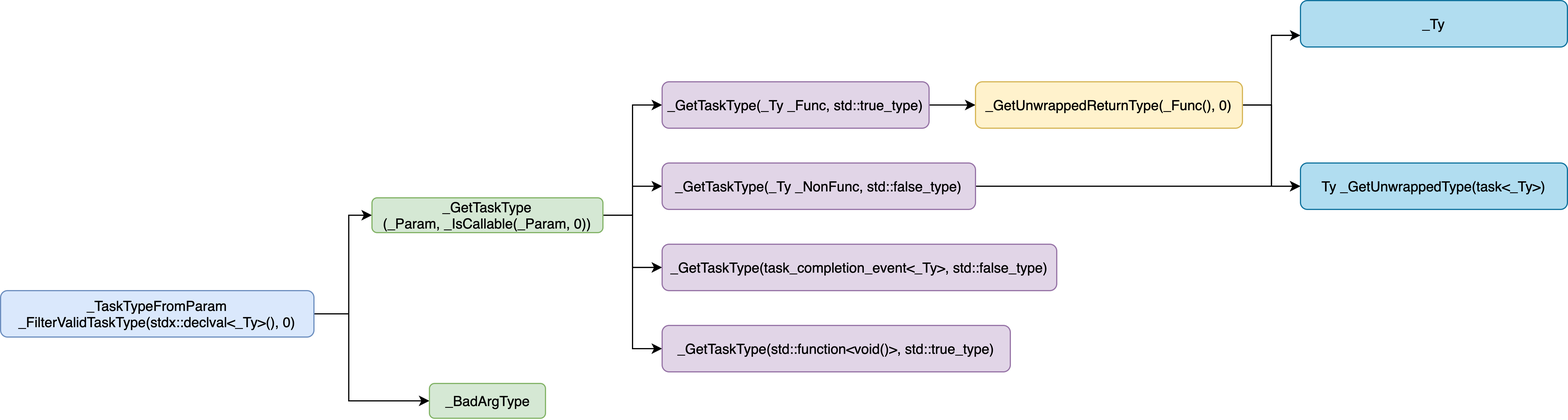
The draw.io diagram .Image/task-type-from-param.png in jemmy512/software-engineer, before a commit. Source tidied: cells renumbered, new cells last; positions are measured from the earlier drawing's top-left corner, leaving out a move shared by most shapes.
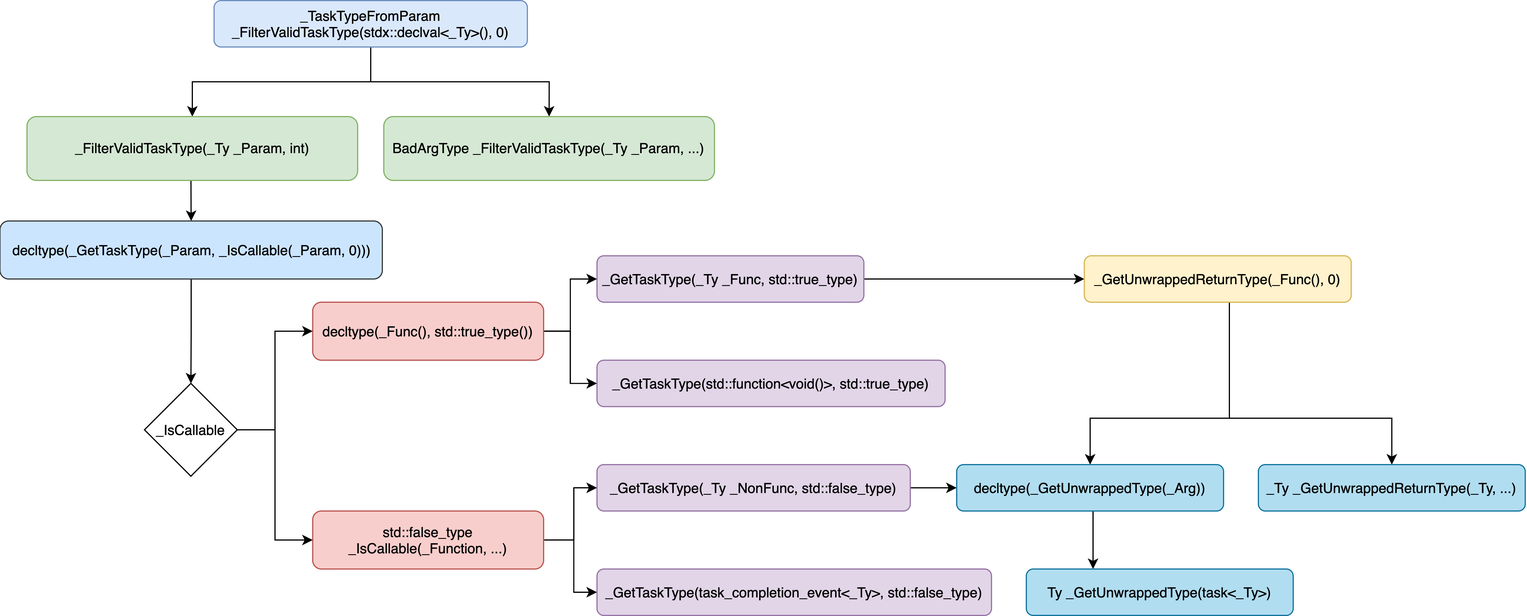
Later version of the same file.

What changed in the source:
```diff
@@ -2,75 +2,125 @@
   <root>
     <mxCell id="0" />
     <mxCell id="1" parent="0" />
-    <mxCell id="2" style="edgeStyle=orthogonalEdgeStyle;rounded=0;jettySize=auto;html=1;entryX=0;entryY=0.5;entryDx=0;entryDy=0;" parent="1" edge="1" source="4" target="9">
-      <mxGeometry relative="1" as="geometry">
-        <Array as="points">
-          <mxPoint x="300" y="270" />
-          <mxPoint x="300" y="185" />
-        </Array>
-      </mxGeometry>
-    </mxCell>
-    <mxCell id="3" style="edgeStyle=orthogonalEdgeStyle;rounded=0;jettySize=auto;html=1;entryX=0;entryY=0.5;entryDx=0;entryDy=0;" parent="1" edge="1" source="4" target="10">
-      <mxGeometry relative="1" as="geometry">
-        <Array as="points">
-          <mxPoint x="300" y="270" />
-          <mxPoint x="300" y="345" />
-        </Array>
-      </mxGeometry>
-    </mxCell>
+    <mxCell id="22" style="edgeStyle=orthogonalEdgeStyle;rounded=0;jettySize=auto;html=1;entryX=0.5;entryY=0;entryDx=0;entryDy=0;" parent="1" edge="1" source="4" target="38">
+      <mxGeometry relative="1" as="geometry" />
+    </mxCell>
+    <mxCell id="23" style="edgeStyle=orthogonalEdgeStyle;rounded=0;jettySize=auto;html=1;entryX=0.5;entryY=0;entryDx=0;entryDy=0;" parent="1" edge="1" source="4" target="26">
+      <mxGeometry relative="1" as="geometry" />
+    </mxCell>
     <mxCell id="4" value="_TaskTypeFromParam&lt;br&gt;_FilterValidTaskType(stdx::declval&amp;lt;_Ty&amp;gt;(), 0)" style="rounded=1;whiteSpace=wrap;html=1;fillColor=#dae8fc;strokeColor=#6c8ebf;" parent="1" vertex="1">
-      <mxGeometry y="250" width="270" height="40" as="geometry" />
+      <mxGeometry x="240" y="-250" width="270" height="40" as="geometry" />
     </mxCell>
-    <mxCell id="5" style="edgeStyle=orthogonalEdgeStyle;rounded=0;jettySize=auto;html=1;entryX=0;entryY=0.5;entryDx=0;entryDy=0;" parent="1" edge="1" source="9" target="12">
-      <mxGeometry relative="1" as="geometry" />
-    </mxCell>
-    <mxCell id="6" style="edgeStyle=orthogonalEdgeStyle;rounded=0;jettySize=auto;html=1;entryX=0;entryY=0.5;entryDx=0;entryDy=0;" parent="1" edge="1" source="9" target="14">
-      <mxGeometry relative="1" as="geometry" />
-    </mxCell>
-    <mxCell id="7" style="edgeStyle=orthogonalEdgeStyle;rounded=0;jettySize=auto;html=1;entryX=0;entryY=0.5;entryDx=0;entryDy=0;" parent="1" edge="1" source="9" target="15">
-      <mxGeometry relative="1" as="geometry" />
-    </mxCell>
-    <mxCell id="8" style="edgeStyle=orthogonalEdgeStyle;rounded=0;jettySize=auto;html=1;entryX=0;entryY=0.5;entryDx=0;entryDy=0;" parent="1" edge="1" source="9" target="16">
-      <mxGeometry relative="1" as="geometry" />
-    </mxCell>
-    <mxCell id="9" value="_GetTaskType&lt;br&gt;(_Param, _IsCallable(_Param, 0))" style="rounded=1;whiteSpace=wrap;html=1;fillColor=#d5e8d4;strokeColor=#82b366;" parent="1" vertex="1">
-      <mxGeometry x="320" y="170" width="199" height="30" as="geometry" />
-    </mxCell>
-    <mxCell id="10" value="_BadArgType" style="rounded=1;whiteSpace=wrap;html=1;fillColor=#d5e8d4;strokeColor=#82b366;" parent="1" vertex="1">
-      <mxGeometry x="369.5" y="330" width="100" height="30" as="geometry" />
-    </mxCell>
     <mxCell id="11" style="edgeStyle=orthogonalEdgeStyle;rounded=0;jettySize=auto;html=1;entryX=0;entryY=0.5;entryDx=0;entryDy=0;" parent="1" edge="1" source="12" target="19">
       <mxGeometry relative="1" as="geometry" />
     </mxCell>
     <mxCell id="12" value="_GetTaskType(_Ty _Func, std::true_type)" style="rounded=1;whiteSpace=wrap;html=1;fillColor=#e1d5e7;strokeColor=#9673a6;" parent="1" vertex="1">
-      <mxGeometry x="570" y="70" width="230" height="40" as="geometry" />
+      <mxGeometry x="570" y="-30" width="230" height="40" as="geometry" />
     </mxCell>
     <mxCell id="13" style="edgeStyle=orthogonalEdgeStyle;rounded=0;jettySize=auto;html=1;entryX=0;entryY=0.5;entryDx=0;entryDy=0;" parent="1" edge="1" source="14" target="21">
       <mxGeometry relative="1" as="geometry" />
     </mxCell>
     <mxCell id="14" value="_GetTaskType(_Ty _NonFunc, std::false_type)" style="rounded=1;whiteSpace=wrap;html=1;fillColor=#e1d5e7;strokeColor=#9673a6;" parent="1" vertex="1">
-      <mxGeometry x="570" y="140" width="270" height="40" as="geometry" />
+      <mxGeometry x="570" y="150" width="270" height="40" as="geometry" />
     </mxCell>
     <mxCell id="15" value="_GetTaskType(task_completion_event&amp;lt;_Ty&amp;gt;, std::false_type)" style="rounded=1;whiteSpace=wrap;html=1;fillColor=#e1d5e7;strokeColor=#9673a6;" parent="1" vertex="1">
-      <mxGeometry x="570" y="210" width="340" height="40" as="geometry" />
+      <mxGeometry x="570" y="240" width="340" height="40" as="geometry" />
     </mxCell>
     <mxCell id="16" value="_GetTaskType(std::function&amp;lt;void()&amp;gt;, std::true_type)" style="rounded=1;whiteSpace=wrap;html=1;fillColor=#e1d5e7;strokeColor=#9673a6;" parent="1" vertex="1">
-      <mxGeometry x="570" y="280" width="300" height="40" as="geometry" />
+      <mxGeometry x="570" y="60" width="300" height="40" as="geometry" />
     </mxCell>
-    <mxCell id="17" style="edgeStyle=orthogonalEdgeStyle;rounded=0;jettySize=auto;html=1;entryX=0;entryY=0.75;entryDx=0;entryDy=0;" parent="1" edge="1" source="19" target="20">
-      <mxGeometry relative="1" as="geometry" />
+    <mxCell id="17" style="edgeStyle=orthogonalEdgeStyle;rounded=0;jettySize=auto;html=1;entryX=0.5;entryY=0;entryDx=0;entryDy=0;exitX=0.5;exitY=1;exitDx=0;exitDy=0;" parent="1" edge="1" source="19" target="20">
+      <mxGeometry relative="1" as="geometry">
+        <Array as="points">
+          <mxPoint x="1115" y="110" />
+          <mxPoint x="1255" y="110" />
+        </Array>
+      </mxGeometry>
     </mxCell>
-    <mxCell id="18" style="edgeStyle=orthogonalEdgeStyle;rounded=0;jettySize=auto;html=1;entryX=0;entryY=0.5;entryDx=0;entryDy=0;" parent="1" edge="1" source="19" target="21">
-      <mxGeometry relative="1" as="geometry" />
+    <mxCell id="18" style="edgeStyle=orthogonalEdgeStyle;rounded=0;jettySize=auto;html=1;entryX=0.5;entryY=0;entryDx=0;entryDy=0;" parent="1" edge="1" source="19" target="21">
+      <mxGeometry relative="1" as="geometry">
+        <Array as="points">
+          <mxPoint x="1115" y="110" />
+          <mxPoint x="995" y="110" />
+        </Array>
+      </mxGeometry>
     </mxCell>
     <mxCell id="19" value="_GetUnwrappedReturnType(_Func(), 0)" style="rounded=1;whiteSpace=wrap;html=1;fillColor=#fff2cc;strokeColor=#d6b656;" parent="1" vertex="1">
-      <mxGeometry x="840" y="70" width="230" height="40" as="geometry" />
+      <mxGeometry x="990" y="-30" width="230" height="40" as="geometry" />
     </mxCell>
-    <mxCell id="20" value="_Ty" style="rounded=1;whiteSpace=wrap;html=1;fillColor=#b1ddf0;strokeColor=#10739e;" parent="1" vertex="1">
-      <mxGeometry x="1120" width="230" height="40" as="geometry" />
+    <mxCell id="20" value="_Ty _GetUnwrappedReturnType(_Ty, ...)" style="rounded=1;whiteSpace=wrap;html=1;fillColor=#b1ddf0;strokeColor=#10739e;" parent="1" vertex="1">
+      <mxGeometry x="1140" y="150" width="230" height="40" as="geometry" />
     </mxCell>
+    <mxCell id="24" style="edgeStyle=orthogonalEdgeStyle;rounded=0;jettySize=auto;html=1;entryX=0.25;entryY=0;entryDx=0;entryDy=0;" parent="1" edge="1" source="21" target="39">
+      <mxGeometry relative="1" as="geometry">
+        <Array as="points">
+          <mxPoint x="998" y="215" />
+        </Array>
+      </mxGeometry>
+    </mxCell>
-    <mxCell id="21" value="Ty _GetUnwrappedType(task&amp;lt;_Ty&amp;gt;)" style="rounded=1;whiteSpace=wrap;html=1;fillColor=#b1ddf0;strokeColor=#10739e;" parent="1" vertex="1">
-      <mxGeometry x="1120" y="140" width="230" height="40" as="geometry" />
+    <mxCell id="21" value="decltype(_GetUnwrappedType(_Arg))" style="rounded=1;whiteSpace=wrap;html=1;fillColor=#b1ddf0;strokeColor=#10739e;" parent="1" vertex="1">
+      <mxGeometry x="880" y="150" width="230" height="40" as="geometry" />
     </mxCell>
+    <mxCell id="25" style="edgeStyle=orthogonalEdgeStyle;rounded=0;jettySize=auto;html=1;entryX=0.5;entryY=0;entryDx=0;entryDy=0;" parent="1" edge="1" target="28">
+      <mxGeometry relative="1" as="geometry">
+        <mxPoint x="220" y="-120" as="sourcePoint" />
+        <Array as="points">
+          <mxPoint x="220" y="-110" />
+          <mxPoint x="220" y="-110" />
+        </Array>
+      </mxGeometry>
+    </mxCell>
+    <mxCell id="26" value="BadArgType _FilterValidTaskType(_Ty _Param, ...)" style="rounded=1;whiteSpace=wrap;html=1;fillColor=#d5e8d4;strokeColor=#82b366;" parent="1" vertex="1">
+      <mxGeometry x="386.2" y="-150" width="285" height="55" as="geometry" />
+    </mxCell>
+    <mxCell id="27" style="edgeStyle=orthogonalEdgeStyle;rounded=0;jettySize=auto;html=1;" parent="1" edge="1" source="28" target="37">
+      <mxGeometry relative="1" as="geometry" />
+    </mxCell>
+    <mxCell id="28" value="decltype(_GetTaskType(_Param, _IsCallable(_Param, 0)))" style="rounded=1;whiteSpace=wrap;html=1;fillColor=#cce5ff;strokeColor=#36393d;" parent="1" vertex="1">
+      <mxGeometry x="55.5" y="-60" width="329.5" height="50" as="geometry" />
+    </mxCell>
+    <mxCell id="29" style="edgeStyle=orthogonalEdgeStyle;rounded=0;jettySize=auto;html=1;entryX=0;entryY=0.5;entryDx=0;entryDy=0;" parent="1" edge="1" source="31" target="15">
+      <mxGeometry relative="1" as="geometry">
+        <Array as="points">
+          <mxPoint x="550" y="215" />
+          <mxPoint x="550" y="260" />
+        </Array>
+      </mxGeometry>
+    </mxCell>
+    <mxCell id="30" style="edgeStyle=orthogonalEdgeStyle;rounded=0;jettySize=auto;html=1;" parent="1" edge="1" source="31" target="14">
+      <mxGeometry relative="1" as="geometry">
+        <Array as="points">
+          <mxPoint x="550" y="215" />
+          <mxPoint x="550" y="170" />
+        </Array>
+      </mxGeometry>
+    </mxCell>
+    <mxCell id="31" value="std::false_type _IsCallable(_Function, ...)" style="rounded=1;whiteSpace=wrap;html=1;fillColor=#f8cecc;strokeColor=#b85450;" parent="1" vertex="1">
+      <mxGeometry x="325" y="190" width="199" height="50" as="geometry" />
+    </mxCell>
+    <mxCell id="32" style="edgeStyle=orthogonalEdgeStyle;rounded=0;jettySize=auto;html=1;entryX=0;entryY=0.5;entryDx=0;entryDy=0;" parent="1" edge="1" source="34" target="16">
+      <mxGeometry relative="1" as="geometry" />
+    </mxCell>
+    <mxCell id="33" style="edgeStyle=orthogonalEdgeStyle;rounded=0;jettySize=auto;html=1;entryX=0;entryY=0.5;entryDx=0;entryDy=0;" parent="1" edge="1" source="34" target="12">
+      <mxGeometry relative="1" as="geometry" />
+    </mxCell>
+    <mxCell id="34" value="decltype(_Func(), std::true_type())" style="rounded=1;whiteSpace=wrap;html=1;fillColor=#f8cecc;strokeColor=#b85450;" parent="1" vertex="1">
+      <mxGeometry x="325" y="10" width="199" height="50" as="geometry" />
+    </mxCell>
+    <mxCell id="35" style="edgeStyle=orthogonalEdgeStyle;rounded=0;jettySize=auto;html=1;entryX=0;entryY=0.5;entryDx=0;entryDy=0;" parent="1" edge="1" source="37" target="31">
+      <mxGeometry relative="1" as="geometry" />
+    </mxCell>
+    <mxCell id="36" style="edgeStyle=orthogonalEdgeStyle;rounded=0;jettySize=auto;html=1;entryX=0;entryY=0.5;entryDx=0;entryDy=0;" parent="1" edge="1" source="37" target="34">
+      <mxGeometry relative="1" as="geometry" />
+    </mxCell>
+    <mxCell id="37" value="_IsCallable" style="rhombus;whiteSpace=wrap;html=1;" parent="1" vertex="1">
+      <mxGeometry x="180" y="80" width="80" height="80" as="geometry" />
+    </mxCell>
+    <mxCell id="38" value="_FilterValidTaskType(_Ty _Param, int)" style="rounded=1;whiteSpace=wrap;html=1;fillColor=#d5e8d4;strokeColor=#82b366;" parent="1" vertex="1">
+      <mxGeometry x="78.8" y="-150" width="285" height="55" as="geometry" />
+    </mxCell>
+    <mxCell id="39" value="Ty _GetUnwrappedType(task&amp;lt;_Ty&amp;gt;)" style="rounded=1;whiteSpace=wrap;html=1;fillColor=#b1ddf0;strokeColor=#10739e;" parent="1" vertex="1">
+      <mxGeometry x="940" y="240" width="230" height="40" as="geometry" />
+    </mxCell>
   </root>
 </mxGraphModel>
```
